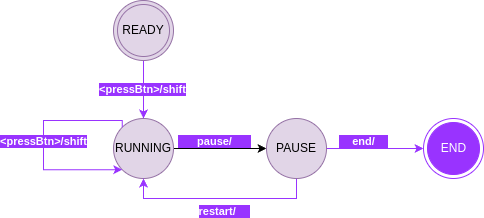
Before: CheckersClockArduino/_readmeImgs_/StatesDiagram.png, a diagram exported from draw.io (b3nny01/CheckersVision). Source tidied: cells renumbered, new cells last; positions are measured from the earlier drawing's top-left corner, leaving out a move shared by most shapes.
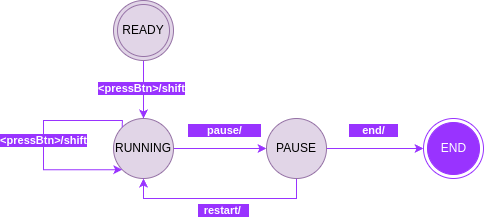
Above is the later version.

What changed in the source:
```diff
@@ -2,12 +2,12 @@
   <root>
     <mxCell id="0" />
     <mxCell id="1" parent="0" />
-    <mxCell id="2" style="edgeStyle=orthogonalEdgeStyle;rounded=0;jettySize=auto;html=1;exitX=1;exitY=0.5;exitDx=0;exitDy=0;entryX=0;entryY=0.5;entryDx=0;entryDy=0;" parent="1" edge="1" source="4" target="13">
+    <mxCell id="2" style="edgeStyle=orthogonalEdgeStyle;rounded=0;jettySize=auto;html=1;exitX=1;exitY=0.5;exitDx=0;exitDy=0;entryX=0;entryY=0.5;entryDx=0;entryDy=0;strokeColor=#9933FF;" parent="1" edge="1" source="4" target="13">
       <mxGeometry relative="1" as="geometry" />
     </mxCell>
     <mxCell id="3" value="pause/&lt;span style=&quot;white-space: pre;&quot;&gt;&#9;&lt;/span&gt;&lt;span style=&quot;white-space: pre;&quot;&gt;&#9;&lt;/span&gt;" style="edgeLabel;html=1;align=center;verticalAlign=middle;labelBackgroundColor=#9933FF;fontColor=#FFFFFF;fontStyle=1;" parent="2" vertex="1">
       <mxGeometry x="-0.01" y="-1" relative="1" as="geometry">
-        <mxPoint x="-6" y="-9" as="offset" />
+        <mxPoint x="4" y="-19" as="offset" />
       </mxGeometry>
     </mxCell>
     <mxCell id="4" value="RUNNING" style="shape=ellipse;html=1;dashed=0;whiteSpace=wrap;perimeter=ellipsePerimeter;fillColor=#e1d5e7;strokeColor=#9673a6;" parent="1" vertex="1">
@@ -28,7 +28,7 @@
     <mxCell id="9" style="edgeStyle=orthogonalEdgeStyle;rounded=0;jettySize=auto;html=1;exitX=0.5;exitY=1;exitDx=0;exitDy=0;entryX=0.5;entryY=1;entryDx=0;entryDy=0;strokeColor=#9933FF;" parent="1" edge="1" source="13" target="4">
       <mxGeometry relative="1" as="geometry" />
     </mxCell>
-    <mxCell id="10" value="restart/&lt;span style=&quot;white-space: pre;&quot;&gt;&#9;&lt;/span&gt;&amp;nbsp;" style="edgeLabel;html=1;align=center;verticalAlign=middle;labelBackgroundColor=#9933FF;fontColor=#FFFFFF;fontStyle=1;" parent="9" vertex="1">
+    <mxCell id="10" value="&amp;nbsp; restart/&lt;span style=&quot;white-space: pre;&quot;&gt;&#9;&lt;/span&gt;&amp;nbsp;" style="edgeLabel;html=1;align=center;verticalAlign=middle;labelBackgroundColor=#9933FF;fontColor=#FFFFFF;fontStyle=1;" parent="9" vertex="1">
       <mxGeometry x="0.14" y="1" relative="1" as="geometry">
         <mxPoint x="17" y="11" as="offset" />
       </mxGeometry>
@@ -38,7 +38,7 @@
     </mxCell>
     <mxCell id="12" value="end/&lt;span style=&quot;white-space: pre;&quot;&gt;&#9;&lt;/span&gt;&lt;span style=&quot;white-space: pre;&quot;&gt;&#9;&lt;/span&gt;" style="edgeLabel;html=1;align=center;verticalAlign=middle;labelBackgroundColor=#9933FF;fontColor=#FFFFFF;fontStyle=1;" parent="11" vertex="1">
       <mxGeometry x="-0.26" relative="1" as="geometry">
-        <mxPoint y="-8" as="offset" />
+        <mxPoint x="11" y="-18" as="offset" />
       </mxGeometry>
     </mxCell>
     <mxCell id="13" value="PAUSE" style="shape=ellipse;html=1;dashed=0;whiteSpace=wrap;perimeter=ellipsePerimeter;fillColor=#e1d5e7;strokeColor=#9673a6;" parent="1" vertex="1">
```
